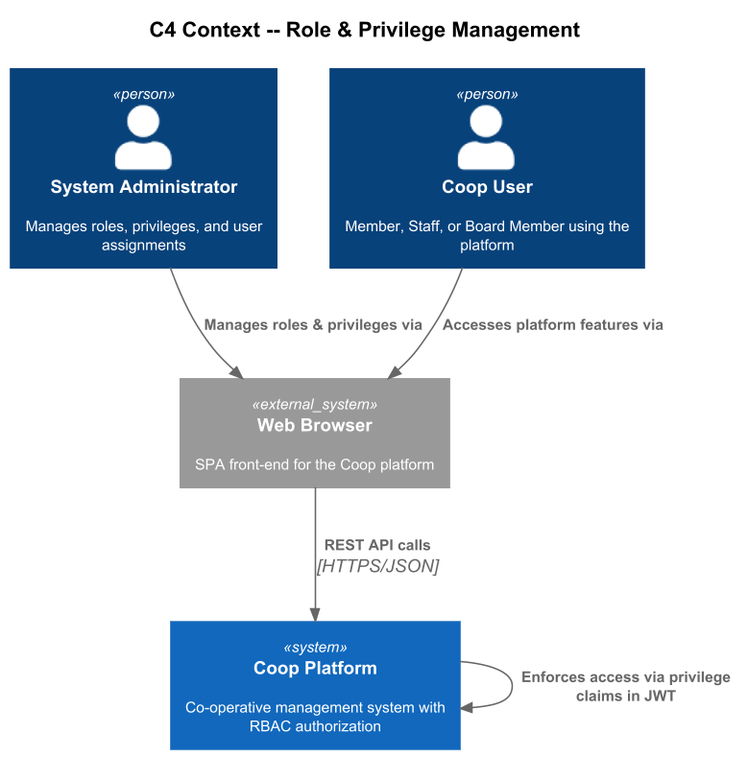
Above: docs/detailed-designs/03-role-and-privilege-management/c4-context.png in QuinntyneBrown/Coop (PlantUML), before the change.
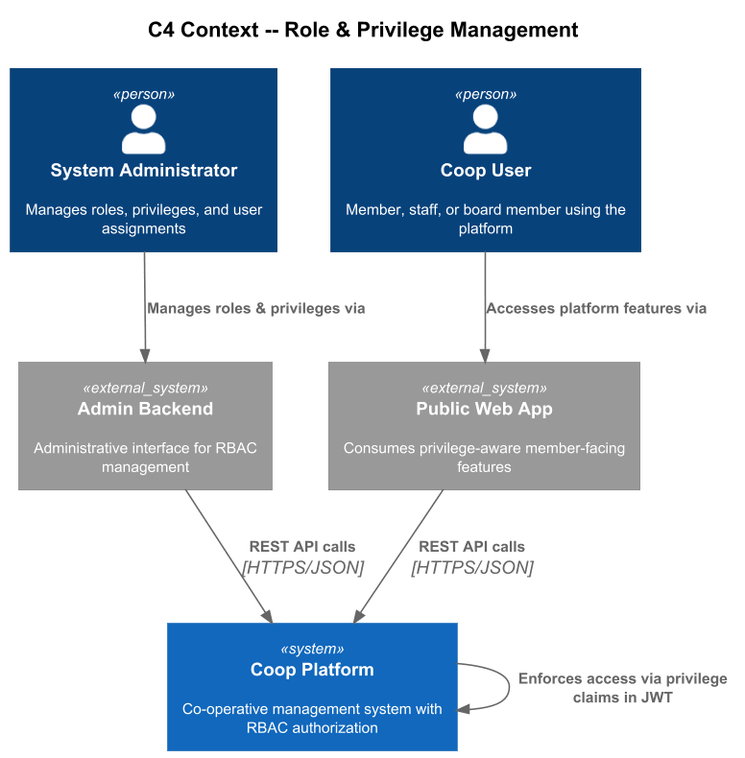
Later version of the same file.

Change to the diagram source:
```diff
@@ -7,14 +7,16 @@
 title C4 Context -- Role & Privilege Management
 
 Person(admin, "System Administrator", "Manages roles, privileges, and user assignments")
-Person(user, "Coop User", "Member, Staff, or Board Member using the platform")
+Person(user, "Coop User", "Member, staff, or board member using the platform")
 
 System(coop, "Coop Platform", "Co-operative management system with RBAC authorization")
-System_Ext(browser, "Web Browser", "SPA front-end for the Coop platform")
+System_Ext(adminApp, "Admin Backend", "Administrative interface for RBAC management")
+System_Ext(publicApp, "Public Web App", "Consumes privilege-aware member-facing features")
 
-Rel(admin, browser, "Manages roles & privileges via")
-Rel(user, browser, "Accesses platform features via")
-Rel(browser, coop, "REST API calls", "HTTPS/JSON")
+Rel(admin, adminApp, "Manages roles & privileges via")
+Rel(user, publicApp, "Accesses platform features via")
+Rel(adminApp, coop, "REST API calls", "HTTPS/JSON")
+Rel(publicApp, coop, "REST API calls", "HTTPS/JSON")
 Rel(coop, coop, "Enforces access via privilege claims in JWT")
 
 @enduml
```
